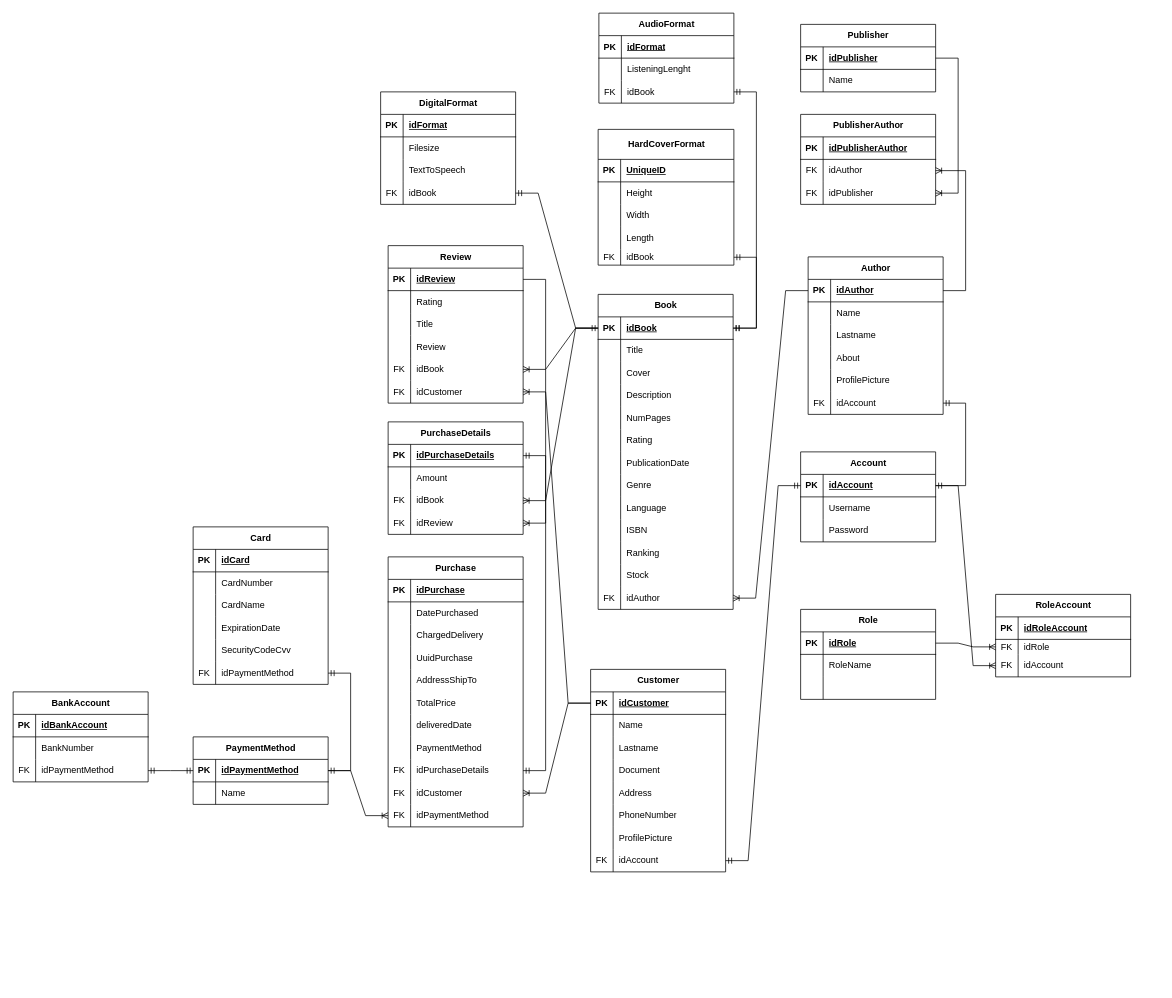
Earlier version of the draw.io diagram docs/diagrams/bookStoreEntityRelation.drawio (josueBarretogit/goApiBookstore). Source tidied: cells renumbered, new cells numbered last; positions are measured from the earlier drawing's top-left corner, leaving out a move shared by most shapes. Both pictures are drawn from the tidied source at 75%, with x=0, y=0 at pixel (13, 13).
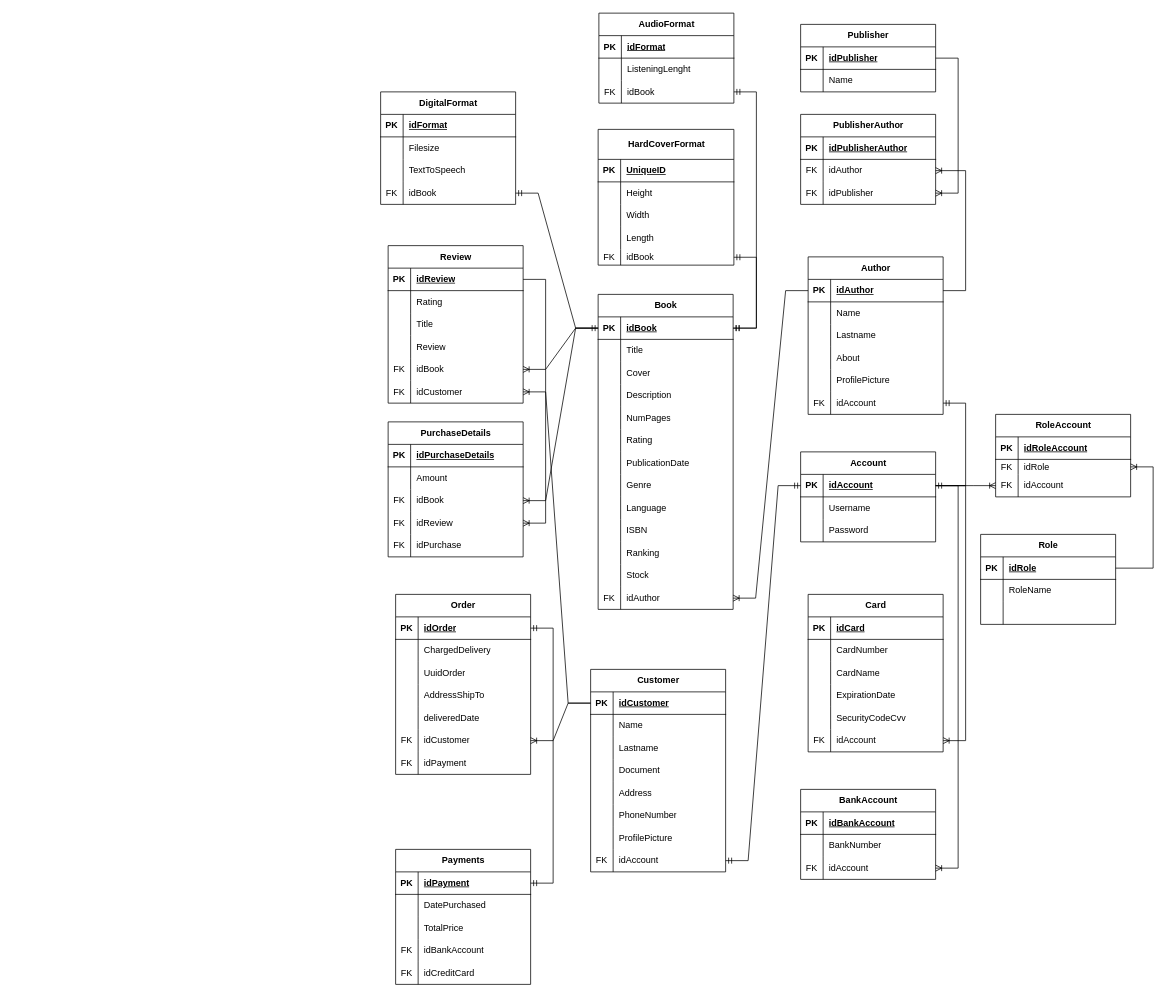
After the change.

Commit message:
update paymen relationship

The change refers to these unchanged cells:
```xml
<mxCell id="43" style="shape=tableRow;horizontal=0;startSize=0;swimlaneHead=0;swimlaneBody=0;fillColor=none;points=[[0,0.5],[1,0.5]];portConstraint=eastwest;top=0;left=0;right=0;bottom=1;" parent="42" vertex="1">
  <mxGeometry y="30" width="180" height="30" as="geometry" />
</mxCell>
<mxCell id="108" style="shape=tableRow;horizontal=0;startSize=0;swimlaneHead=0;swimlaneBody=0;fillColor=none;points=[[0,0.5],[1,0.5]];portConstraint=eastwest;top=0;left=0;right=0;bottom=1;" parent="107" vertex="1">
  <mxGeometry y="30" width="180" height="30" as="geometry" />
</mxCell>
<mxCell id="161" style="shape=tableRow;horizontal=0;startSize=0;swimlaneHead=0;swimlaneBody=0;fillColor=none;points=[[0,0.5],[1,0.5]];portConstraint=eastwest;top=0;left=0;right=0;bottom=1;" parent="160" vertex="1">
  <mxGeometry y="30" width="180" height="30" as="geometry" />
</mxCell>
<mxCell id="227" style="shape=tableRow;horizontal=0;startSize=0;swimlaneHead=0;swimlaneBody=0;fillColor=none;points=[[0,0.5],[1,0.5]];portConstraint=eastwest;top=0;left=0;right=0;bottom=0;" parent="211" vertex="1">
  <mxGeometry y="180" width="180" height="30" as="geometry" />
</mxCell>
<mxCell id="237" style="shape=tableRow;horizontal=0;startSize=0;swimlaneHead=0;swimlaneBody=0;fillColor=none;points=[[0,0.5],[1,0.5]];portConstraint=eastwest;top=0;left=0;right=0;bottom=0;" parent="230" vertex="1">
  <mxGeometry y="90" width="180" height="30" as="geometry" />
</mxCell>
```

Change to the diagram source:
```diff
@@
     <mxCell id="72" value="Role" style="shape=table;startSize=30;childLayout=tableLayout;rowLines=0;fontStyle=1;align=center;html=1;" parent="1" vertex="1">
-      <mxGeometry x="1050" y="795" width="180" height="120" as="geometry" />
+      <mxGeometry x="1290" y="695" width="180" height="120" as="geometry" />
     </mxCell>
@@
-    <mxCell id="107" value="Purchase" style="shape=table;startSize=30;childLayout=tableLayout;rowLines=0;fontStyle=1;align=center;html=1;" parent="1" vertex="1">
-      <mxGeometry x="500" y="725" width="180" height="360" as="geometry" />
+    <mxCell id="107" value="Order" style="shape=table;startSize=30;childLayout=tableLayout;rowLines=0;fontStyle=1;align=center;html=1;" parent="1" vertex="1">
+      <mxGeometry x="510" y="775" width="180" height="240" as="geometry" />
     </mxCell>
@@
-    <mxCell id="110" value="idPurchase" style="shape=partialRectangle;fillColor=none;top=0;left=0;bottom=0;right=0;align=left;spacingLeft=6;fontStyle=5;overflow=hidden;whiteSpace=wrap;html=1;" parent="108" vertex="1">
+    <mxCell id="110" value="idOrder" style="shape=partialRectangle;fillColor=none;top=0;left=0;bottom=0;right=0;align=left;spacingLeft=6;fontStyle=5;overflow=hidden;whiteSpace=wrap;html=1;" parent="108" vertex="1">
       <mxGeometry x="30" width="150" height="30" as="geometry" />
     </mxCell>
-    <mxCell id="111" style="shape=tableRow;horizontal=0;startSize=0;swimlaneHead=0;swimlaneBody=0;fillColor=none;top=0;left=0;right=0;bottom=0;" parent="107" vertex="1">
-      <mxGeometry y="60" width="180" height="30" as="geometry" />
-    </mxCell>
-    <mxCell id="112" style="shape=partialRectangle;fillColor=none;top=0;left=0;bottom=0;right=0;overflow=hidden;whiteSpace=wrap;html=1;" parent="111" vertex="1">
-      <mxGeometry width="30" height="30" as="geometry" />
-    </mxCell>
-    <mxCell id="113" value="DatePurchased" style="shape=partialRectangle;fillColor=none;top=0;left=0;bottom=0;right=0;align=left;spacingLeft=6;overflow=hidden;whiteSpace=wrap;html=1;" parent="111" vertex="1">
-      <mxGeometry x="30" width="150" height="30" as="geometry" />
-    </mxCell>
     <mxCell id="114" style="shape=tableRow;horizontal=0;startSize=0;swimlaneHead=0;swimlaneBody=0;fillColor=none;top=0;left=0;right=0;bottom=0;" parent="107" vertex="1">
-      <mxGeometry y="90" width="180" height="30" as="geometry" />
+      <mxGeometry y="60" width="180" height="30" as="geometry" />
     </mxCell>
@@
     <mxCell id="117" style="shape=tableRow;horizontal=0;startSize=0;swimlaneHead=0;swimlaneBody=0;fillColor=none;top=0;left=0;right=0;bottom=0;" parent="107" vertex="1">
-      <mxGeometry y="120" width="180" height="30" as="geometry" />
+      <mxGeometry y="90" width="180" height="30" as="geometry" />
     </mxCell>
@@
-    <mxCell id="119" value="UuidPurchase" style="shape=partialRectangle;fillColor=none;top=0;left=0;bottom=0;right=0;align=left;spacingLeft=6;overflow=hidden;whiteSpace=wrap;html=1;" parent="117" vertex="1">
+    <mxCell id="119" value="&lt;div&gt;UuidOrder&lt;/div&gt;" style="shape=partialRectangle;fillColor=none;top=0;left=0;bottom=0;right=0;align=left;spacingLeft=6;overflow=hidden;whiteSpace=wrap;html=1;" parent="117" vertex="1">
       <mxGeometry x="30" width="150" height="30" as="geometry" />
     </mxCell>
     <mxCell id="120" style="shape=tableRow;horizontal=0;startSize=0;swimlaneHead=0;swimlaneBody=0;fillColor=none;top=0;left=0;right=0;bottom=0;" parent="107" vertex="1">
-      <mxGeometry y="150" width="180" height="30" as="geometry" />
+      <mxGeometry y="120" width="180" height="30" as="geometry" />
     </mxCell>
@@
-    <mxCell id="123" style="shape=tableRow;horizontal=0;startSize=0;swimlaneHead=0;swimlaneBody=0;fillColor=none;top=0;left=0;right=0;bottom=0;" parent="107" vertex="1">
-      <mxGeometry y="180" width="180" height="30" as="geometry" />
-    </mxCell>
-    <mxCell id="124" style="shape=partialRectangle;fillColor=none;top=0;left=0;bottom=0;right=0;overflow=hidden;whiteSpace=wrap;html=1;" parent="123" vertex="1">
-      <mxGeometry width="30" height="30" as="geometry" />
-    </mxCell>
-    <mxCell id="125" value="TotalPrice" style="shape=partialRectangle;fillColor=none;top=0;left=0;bottom=0;right=0;align=left;spacingLeft=6;overflow=hidden;whiteSpace=wrap;html=1;" parent="123" vertex="1">
-      <mxGeometry x="30" width="150" height="30" as="geometry" />
-    </mxCell>
     <mxCell id="126" style="shape=tableRow;horizontal=0;startSize=0;swimlaneHead=0;swimlaneBody=0;fillColor=none;top=0;left=0;right=0;bottom=0;" parent="107" vertex="1">
-      <mxGeometry y="210" width="180" height="30" as="geometry" />
+      <mxGeometry y="150" width="180" height="30" as="geometry" />
     </mxCell>
@@
-    <mxCell id="129" style="shape=tableRow;horizontal=0;startSize=0;swimlaneHead=0;swimlaneBody=0;fillColor=none;top=0;left=0;right=0;bottom=0;" parent="107" vertex="1">
-      <mxGeometry y="240" width="180" height="30" as="geometry" />
-    </mxCell>
-    <mxCell id="130" style="shape=partialRectangle;fillColor=none;top=0;left=0;bottom=0;right=0;overflow=hidden;whiteSpace=wrap;html=1;" parent="129" vertex="1">
-      <mxGeometry width="30" height="30" as="geometry" />
-    </mxCell>
-    <mxCell id="131" value="PaymentMethod" style="shape=partialRectangle;fillColor=none;top=0;left=0;bottom=0;right=0;align=left;spacingLeft=6;overflow=hidden;whiteSpace=wrap;html=1;" parent="129" vertex="1">
-      <mxGeometry x="30" width="150" height="30" as="geometry" />
-    </mxCell>
-    <mxCell id="132" style="shape=tableRow;horizontal=0;startSize=0;swimlaneHead=0;swimlaneBody=0;fillColor=none;points=[[0,0.5],[1,0.5]];portConstraint=eastwest;top=0;left=0;right=0;bottom=0;" parent="107" vertex="1">
-      <mxGeometry y="270" width="180" height="30" as="geometry" />
-    </mxCell>
-    <mxCell id="133" value="FK" style="shape=partialRectangle;fillColor=none;top=0;left=0;bottom=0;right=0;overflow=hidden;whiteSpace=wrap;html=1;" parent="132" vertex="1">
-      <mxGeometry width="30" height="30" as="geometry" />
-    </mxCell>
-    <mxCell id="134" value="idPurchaseDetails" style="shape=partialRectangle;fillColor=none;top=0;left=0;bottom=0;right=0;align=left;spacingLeft=6;overflow=hidden;whiteSpace=wrap;html=1;" parent="132" vertex="1">
-      <mxGeometry x="30" width="150" height="30" as="geometry" />
-    </mxCell>
     <mxCell id="135" style="shape=tableRow;horizontal=0;startSize=0;swimlaneHead=0;swimlaneBody=0;fillColor=none;points=[[0,0.5],[1,0.5]];portConstraint=eastwest;top=0;left=0;right=0;bottom=0;" parent="107" vertex="1">
-      <mxGeometry y="300" width="180" height="30" as="geometry" />
+      <mxGeometry y="180" width="180" height="30" as="geometry" />
     </mxCell>
@@
-    <mxCell id="138" style="shape=tableRow;horizontal=0;startSize=0;swimlaneHead=0;swimlaneBody=0;fillColor=none;points=[[0,0.5],[1,0.5]];portConstraint=eastwest;top=0;left=0;right=0;bottom=0;" parent="107" vertex="1">
-      <mxGeometry y="330" width="180" height="30" as="geometry" />
-    </mxCell>
-    <mxCell id="139" value="FK" style="shape=partialRectangle;fillColor=none;top=0;left=0;bottom=0;right=0;overflow=hidden;whiteSpace=wrap;html=1;" parent="138" vertex="1">
-      <mxGeometry width="30" height="30" as="geometry" />
-    </mxCell>
-    <mxCell id="140" value="idPaymentMethod" style="shape=partialRectangle;fillColor=none;top=0;left=0;bottom=0;right=0;align=left;spacingLeft=6;overflow=hidden;whiteSpace=wrap;html=1;" parent="138" vertex="1">
-      <mxGeometry x="30" width="150" height="30" as="geometry" />
-    </mxCell>
+    <mxCell id="293" style="shape=tableRow;horizontal=0;startSize=0;swimlaneHead=0;swimlaneBody=0;fillColor=none;top=0;left=0;right=0;bottom=0;" parent="107" vertex="1">
+      <mxGeometry y="210" width="180" height="30" as="geometry" />
+    </mxCell>
+    <mxCell id="294" value="FK" style="shape=partialRectangle;fillColor=none;top=0;left=0;bottom=0;right=0;overflow=hidden;whiteSpace=wrap;html=1;" parent="293" vertex="1">
+      <mxGeometry width="30" height="30" as="geometry" />
+    </mxCell>
+    <mxCell id="295" value="idPayment" style="shape=partialRectangle;fillColor=none;top=0;left=0;bottom=0;right=0;align=left;spacingLeft=6;overflow=hidden;whiteSpace=wrap;html=1;" parent="293" vertex="1">
+      <mxGeometry x="30" width="150" height="30" as="geometry" />
+    </mxCell>
@@
     <mxCell id="160" value="PurchaseDetails" style="shape=table;startSize=30;childLayout=tableLayout;rowLines=0;fontStyle=1;align=center;html=1;" parent="1" vertex="1">
-      <mxGeometry x="500" y="545" width="180" height="150" as="geometry" />
+      <mxGeometry x="500" y="545" width="180" height="180" as="geometry" />
     </mxCell>
@@
+    <mxCell id="296" style="shape=tableRow;horizontal=0;startSize=0;swimlaneHead=0;swimlaneBody=0;fillColor=none;top=0;left=0;right=0;bottom=0;" parent="160" vertex="1">
+      <mxGeometry y="150" width="180" height="30" as="geometry" />
+    </mxCell>
+    <mxCell id="297" value="FK" style="shape=partialRectangle;fillColor=none;top=0;left=0;bottom=0;right=0;overflow=hidden;whiteSpace=wrap;html=1;" parent="296" vertex="1">
+      <mxGeometry width="30" height="30" as="geometry" />
+    </mxCell>
+    <mxCell id="298" value="idPurchase" style="shape=partialRectangle;fillColor=none;top=0;left=0;bottom=0;right=0;align=left;spacingLeft=6;overflow=hidden;whiteSpace=wrap;html=1;" parent="296" vertex="1">
+      <mxGeometry x="30" width="150" height="30" as="geometry" />
+    </mxCell>
@@
-    <mxCell id="175" style="edgeStyle=entityRelationEdgeStyle;fontSize=12;html=1;endArrow=ERmandOne;startArrow=ERmandOne;rounded=0;" parent="1" edge="1" source="161" target="132">
-      <mxGeometry relative="1" as="geometry" />
-    </mxCell>
@@
     <mxCell id="211" value="Card" style="shape=table;startSize=30;childLayout=tableLayout;rowLines=0;fontStyle=1;align=center;html=1;" parent="1" vertex="1">
-      <mxGeometry x="240" y="685" width="180" height="210" as="geometry" />
+      <mxGeometry x="1060" y="775" width="180" height="210" as="geometry" />
     </mxCell>
@@
-    <mxCell id="229" value="idPaymentMethod" style="shape=partialRectangle;fillColor=none;top=0;left=0;bottom=0;right=0;align=left;spacingLeft=6;overflow=hidden;whiteSpace=wrap;html=1;" parent="227" vertex="1">
+    <mxCell id="229" value="idAccount" style="shape=partialRectangle;fillColor=none;top=0;left=0;bottom=0;right=0;align=left;spacingLeft=6;overflow=hidden;whiteSpace=wrap;html=1;" parent="227" vertex="1">
       <mxGeometry x="30" width="150" height="30" as="geometry" />
     </mxCell>
     <mxCell id="230" value="BankAccount" style="shape=table;startSize=30;childLayout=tableLayout;rowLines=0;fontStyle=1;align=center;html=1;" parent="1" vertex="1">
-      <mxGeometry y="905" width="180" height="120" as="geometry" />
+      <mxGeometry x="1050" y="1035" width="180" height="120" as="geometry" />
     </mxCell>
@@
-    <mxCell id="239" value="idPaymentMethod" style="shape=partialRectangle;fillColor=none;top=0;left=0;bottom=0;right=0;align=left;spacingLeft=6;overflow=hidden;whiteSpace=wrap;html=1;" parent="237" vertex="1">
+    <mxCell id="239" value="idAccount" style="shape=partialRectangle;fillColor=none;top=0;left=0;bottom=0;right=0;align=left;spacingLeft=6;overflow=hidden;whiteSpace=wrap;html=1;" parent="237" vertex="1">
       <mxGeometry x="30" width="150" height="30" as="geometry" />
     </mxCell>
-    <mxCell id="240" value="PaymentMethod" style="shape=table;startSize=30;childLayout=tableLayout;rowLines=0;fontStyle=1;align=center;html=1;" parent="1" vertex="1">
-      <mxGeometry x="240" y="965" width="180" height="90" as="geometry" />
-    </mxCell>
-    <mxCell id="241" style="shape=tableRow;horizontal=0;startSize=0;swimlaneHead=0;swimlaneBody=0;fillColor=none;points=[[0,0.5],[1,0.5]];portConstraint=eastwest;top=0;left=0;right=0;bottom=1;" parent="240" vertex="1">
-      <mxGeometry y="30" width="180" height="30" as="geometry" />
-    </mxCell>
-    <mxCell id="242" value="PK" style="shape=partialRectangle;fillColor=none;top=0;left=0;bottom=0;right=0;fontStyle=1;overflow=hidden;whiteSpace=wrap;html=1;" parent="241" vertex="1">
-      <mxGeometry width="30" height="30" as="geometry" />
-    </mxCell>
-    <mxCell id="243" value="idPaymentMethod" style="shape=partialRectangle;fillColor=none;top=0;left=0;bottom=0;right=0;align=left;spacingLeft=6;fontStyle=5;overflow=hidden;whiteSpace=wrap;html=1;" parent="241" vertex="1">
-      <mxGeometry x="30" width="150" height="30" as="geometry" />
-    </mxCell>
-    <mxCell id="244" style="shape=tableRow;horizontal=0;startSize=0;swimlaneHead=0;swimlaneBody=0;fillColor=none;top=0;left=0;right=0;bottom=0;" parent="240" vertex="1">
-      <mxGeometry y="60" width="180" height="30" as="geometry" />
-    </mxCell>
-    <mxCell id="245" style="shape=partialRectangle;fillColor=none;top=0;left=0;bottom=0;right=0;overflow=hidden;whiteSpace=wrap;html=1;" parent="244" vertex="1">
-      <mxGeometry width="30" height="30" as="geometry" />
-    </mxCell>
-    <mxCell id="246" value="Name" style="shape=partialRectangle;fillColor=none;top=0;left=0;bottom=0;right=0;align=left;spacingLeft=6;overflow=hidden;whiteSpace=wrap;html=1;" parent="244" vertex="1">
-      <mxGeometry x="30" width="150" height="30" as="geometry" />
-    </mxCell>
-    <mxCell id="247" style="edgeStyle=entityRelationEdgeStyle;fontSize=12;html=1;endArrow=ERoneToMany;rounded=0;" parent="1" edge="1" source="241" target="138">
-      <mxGeometry relative="1" as="geometry" />
-    </mxCell>
-    <mxCell id="248" style="edgeStyle=entityRelationEdgeStyle;fontSize=12;html=1;endArrow=ERmandOne;startArrow=ERmandOne;rounded=0;" parent="1" edge="1" source="241" target="227">
-      <mxGeometry relative="1" as="geometry" />
-    </mxCell>
-    <mxCell id="249" style="edgeStyle=entityRelationEdgeStyle;fontSize=12;html=1;endArrow=ERmandOne;startArrow=ERmandOne;rounded=0;exitX=0;exitY=0.5;exitDx=0;exitDy=0;" parent="1" edge="1" source="241" target="237">
-      <mxGeometry relative="1" as="geometry" />
-    </mxCell>
@@
     <mxCell id="266" value="RoleAccount" style="shape=table;startSize=30;childLayout=tableLayout;rowLines=0;fontStyle=1;align=center;html=1;" parent="1" vertex="1">
-      <mxGeometry x="1310" y="775" width="180" height="110" as="geometry" />
+      <mxGeometry x="1310" y="535" width="180" height="110" as="geometry" />
     </mxCell>
@@
+    <mxCell id="299" style="edgeStyle=entityRelationEdgeStyle;fontSize=12;html=1;endArrow=ERoneToMany;rounded=0;" parent="1" edge="1" source="43" target="227">
+      <mxGeometry relative="1" as="geometry" />
+    </mxCell>
+    <mxCell id="300" style="edgeStyle=entityRelationEdgeStyle;fontSize=12;html=1;endArrow=ERoneToMany;rounded=0;" parent="1" edge="1" source="43" target="237">
+      <mxGeometry relative="1" as="geometry" />
+    </mxCell>
+    <mxCell id="301" value="Payments" style="shape=table;startSize=30;childLayout=tableLayout;rowLines=0;fontStyle=1;align=center;html=1;" parent="1" vertex="1">
+      <mxGeometry x="510" y="1115" width="180" height="180" as="geometry" />
+    </mxCell>
+    <mxCell id="241" style="shape=tableRow;horizontal=0;startSize=0;swimlaneHead=0;swimlaneBody=0;fillColor=none;points=[[0,0.5],[1,0.5]];portConstraint=eastwest;top=0;left=0;right=0;bottom=1;" parent="301" vertex="1">
+      <mxGeometry y="30" width="180" height="30" as="geometry" />
+    </mxCell>
+    <mxCell id="242" value="PK" style="shape=partialRectangle;fillColor=none;top=0;left=0;bottom=0;right=0;fontStyle=1;overflow=hidden;whiteSpace=wrap;html=1;" parent="241" vertex="1">
+      <mxGeometry width="30" height="30" as="geometry" />
+    </mxCell>
+    <mxCell id="302" value="idPayment" style="shape=partialRectangle;fillColor=none;top=0;left=0;bottom=0;right=0;align=left;spacingLeft=6;fontStyle=5;overflow=hidden;whiteSpace=wrap;html=1;" parent="241" vertex="1">
+      <mxGeometry x="30" width="150" height="30" as="geometry" />
+    </mxCell>
+    <mxCell id="303" style="shape=tableRow;horizontal=0;startSize=0;swimlaneHead=0;swimlaneBody=0;fillColor=none;top=0;left=0;right=0;bottom=0;" parent="301" vertex="1">
+      <mxGeometry y="60" width="180" height="30" as="geometry" />
+    </mxCell>
+    <mxCell id="304" style="shape=partialRectangle;fillColor=none;top=0;left=0;bottom=0;right=0;overflow=hidden;whiteSpace=wrap;html=1;" parent="303" vertex="1">
+      <mxGeometry width="30" height="30" as="geometry" />
+    </mxCell>
+    <mxCell id="113" value="DatePurchased" style="shape=partialRectangle;fillColor=none;top=0;left=0;bottom=0;right=0;align=left;spacingLeft=6;overflow=hidden;whiteSpace=wrap;html=1;" parent="303" vertex="1">
+      <mxGeometry x="30" width="150" height="30" as="geometry" />
+    </mxCell>
+    <mxCell id="305" style="shape=tableRow;horizontal=0;startSize=0;swimlaneHead=0;swimlaneBody=0;fillColor=none;top=0;left=0;right=0;bottom=0;" parent="301" vertex="1">
+      <mxGeometry y="90" width="180" height="30" as="geometry" />
+    </mxCell>
+    <mxCell id="306" style="shape=partialRectangle;fillColor=none;top=0;left=0;bottom=0;right=0;overflow=hidden;whiteSpace=wrap;html=1;" parent="305" vertex="1">
+      <mxGeometry width="30" height="30" as="geometry" />
+    </mxCell>
+    <mxCell id="125" value="TotalPrice" style="shape=partialRectangle;fillColor=none;top=0;left=0;bottom=0;right=0;align=left;spacingLeft=6;overflow=hidden;whiteSpace=wrap;html=1;" parent="305" vertex="1">
+      <mxGeometry x="30" width="150" height="30" as="geometry" />
+    </mxCell>
+    <mxCell id="307" style="shape=tableRow;horizontal=0;startSize=0;swimlaneHead=0;swimlaneBody=0;fillColor=none;top=0;left=0;right=0;bottom=0;" parent="301" vertex="1">
+      <mxGeometry y="120" width="180" height="30" as="geometry" />
+    </mxCell>
+    <mxCell id="308" value="FK" style="shape=partialRectangle;fillColor=none;top=0;left=0;bottom=0;right=0;overflow=hidden;whiteSpace=wrap;html=1;" parent="307" vertex="1">
+      <mxGeometry width="30" height="30" as="geometry" />
+    </mxCell>
+    <mxCell id="309" value="idBankAccount" style="shape=partialRectangle;fillColor=none;top=0;left=0;bottom=0;right=0;align=left;spacingLeft=6;overflow=hidden;whiteSpace=wrap;html=1;" parent="307" vertex="1">
+      <mxGeometry x="30" width="150" height="30" as="geometry" />
+    </mxCell>
+    <mxCell id="310" style="shape=tableRow;horizontal=0;startSize=0;swimlaneHead=0;swimlaneBody=0;fillColor=none;top=0;left=0;right=0;bottom=0;" parent="301" vertex="1">
+      <mxGeometry y="150" width="180" height="30" as="geometry" />
+    </mxCell>
+    <mxCell id="311" value="FK" style="shape=partialRectangle;fillColor=none;top=0;left=0;bottom=0;right=0;overflow=hidden;whiteSpace=wrap;html=1;" parent="310" vertex="1">
+      <mxGeometry width="30" height="30" as="geometry" />
+    </mxCell>
+    <mxCell id="312" value="idCreditCard" style="shape=partialRectangle;fillColor=none;top=0;left=0;bottom=0;right=0;align=left;spacingLeft=6;overflow=hidden;whiteSpace=wrap;html=1;" parent="310" vertex="1">
+      <mxGeometry x="30" width="150" height="30" as="geometry" />
+    </mxCell>
+    <mxCell id="313" style="edgeStyle=entityRelationEdgeStyle;fontSize=12;html=1;endArrow=ERmandOne;startArrow=ERmandOne;rounded=0;" parent="1" edge="1" source="241" target="108">
+      <mxGeometry relative="1" as="geometry" />
+    </mxCell>
```
